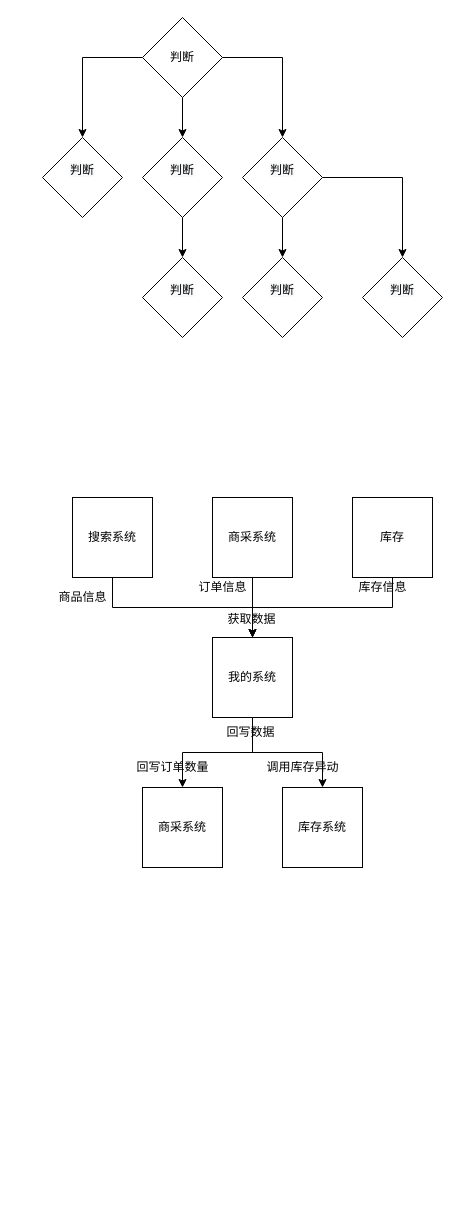
The draw.io diagram page "第 6 页" (6 of 6) of work/revert/产生拣货批单.drawio in aspojo/diagrams, before the edit. Source tidied: cells renumbered, new cells numbered last; positions are measured from the earlier drawing's top-left corner, leaving out a move shared by most shapes. Both pictures are drawn from the tidied source at 100%, with x=0, y=0 at pixel (42, 17).
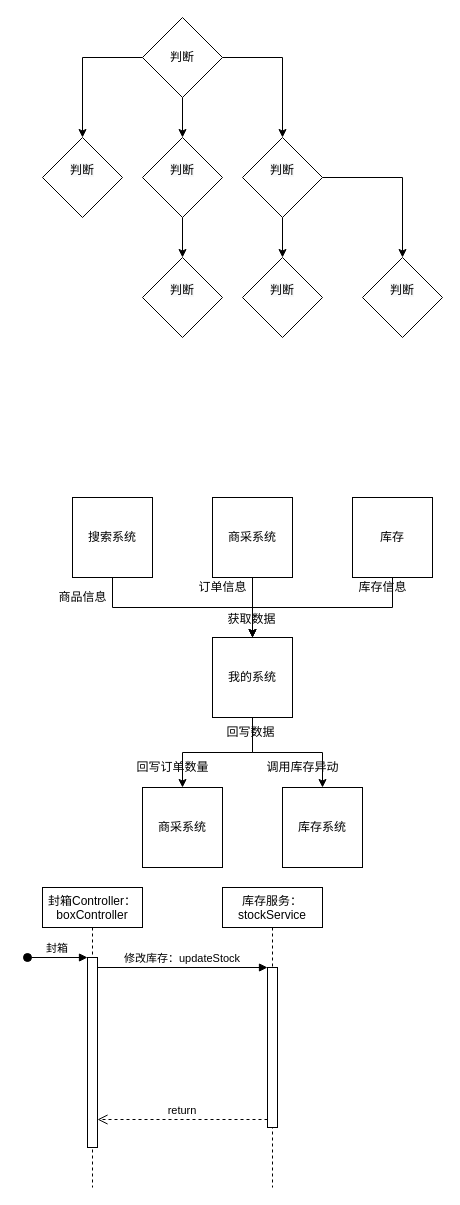
The same page after the edit.

Commit message:
更新产生拣货批单.drawio

Diff of the diagram source:
```diff
@@
+    <mxCell id="33" value="封箱Controller：&#10;boxController" style="shape=umlLifeline;perimeter=lifelinePerimeter;rounded=0;shadow=0;strokeWidth=1;" parent="1" vertex="1">
+      <mxGeometry y="870" width="100" height="300" as="geometry" />
+    </mxCell>
+    <mxCell id="34" style="points=[];perimeter=orthogonalPerimeter;rounded=0;shadow=0;strokeWidth=1;" parent="33" vertex="1">
+      <mxGeometry x="45" y="70" width="10" height="190" as="geometry" />
+    </mxCell>
+    <mxCell id="35" value="封箱" style="verticalAlign=bottom;startArrow=oval;endArrow=block;startSize=8;shadow=0;strokeWidth=1;rounded=0;" parent="33" edge="1" target="34">
+      <mxGeometry relative="1" as="geometry">
+        <mxPoint x="-15" y="70" as="sourcePoint" />
+      </mxGeometry>
+    </mxCell>
+    <mxCell id="36" value="库存服务：&#10;stockService" style="shape=umlLifeline;perimeter=lifelinePerimeter;rounded=0;shadow=0;strokeWidth=1;" parent="1" vertex="1">
+      <mxGeometry x="180" y="870" width="100" height="300" as="geometry" />
+    </mxCell>
+    <mxCell id="37" style="points=[];perimeter=orthogonalPerimeter;rounded=0;shadow=0;strokeWidth=1;" parent="36" vertex="1">
+      <mxGeometry x="45" y="80" width="10" height="160" as="geometry" />
+    </mxCell>
+    <mxCell id="38" value="return" style="verticalAlign=bottom;endArrow=open;dashed=1;endSize=8;exitX=0;exitY=0.95;shadow=0;strokeWidth=1;rounded=0;" parent="1" edge="1" source="37" target="34">
+      <mxGeometry relative="1" as="geometry" />
+    </mxCell>
+    <mxCell id="39" value="修改库存：updateStock" style="verticalAlign=bottom;endArrow=block;entryX=0;entryY=0;shadow=0;strokeWidth=1;rounded=0;" parent="1" edge="1" source="34" target="37">
+      <mxGeometry relative="1" as="geometry" />
+    </mxCell>
```
